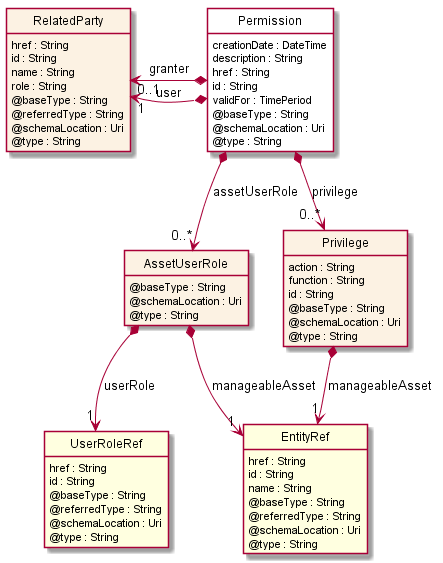
Before: apis/TMF672_User_Role_Permission/documentation/diagrams/Resource_Permission.png, a diagram exported from PlantUML (tmforum-apis/Open_Api_And_Data_Model). The source it was exported from:
```plantuml
@startuml
hide circle
hide methods
hide stereotype
show <<Enumeration>> stereotype
skinparam class {
   BackgroundColor<<Enumeration>> #E6F5F7
   BackgroundColor<<Ref>> #FFFFE0
   BackgroundColor<<Pivot>> #FFFFFFF
   BackgroundColor #FCF2E3
}

class Permission  <<Pivot>> {
    creationDate : DateTime
    description : String
    href : String
    id : String
    validFor : TimePeriod
    @baseType : String
    @schemaLocation : Uri
    @type : String
}

class AssetUserRole  {
    @baseType : String
    @schemaLocation : Uri
    @type : String
}

class EntityRef  <<Ref>> {
    href : String
    id : String
    name : String
    @baseType : String
    @referredType : String
    @schemaLocation : Uri
    @type : String
}

class UserRoleRef  <<Ref>> {
    href : String
    id : String
    @baseType : String
    @referredType : String
    @schemaLocation : Uri
    @type : String
}

class Privilege  {
    action : String
    function : String
    id : String
    @baseType : String
    @schemaLocation : Uri
    @type : String
}

class RelatedParty  {
    href : String
    id : String
    name : String
    role : String
    @baseType : String
    @referredType : String
    @schemaLocation : Uri
    @type : String
}

Permission *-->  "0..*" Privilege : privilege

Permission *-->  "0..*" AssetUserRole : assetUserRole

AssetUserRole *-->  "1" EntityRef : manageableAsset

Privilege *-->  "1" EntityRef : manageableAsset

RelatedParty "0..1" <-left-* Permission : granter

RelatedParty "1" <-left-* Permission : user

AssetUserRole *-->  "1" UserRoleRef : userRole

@enduml
```
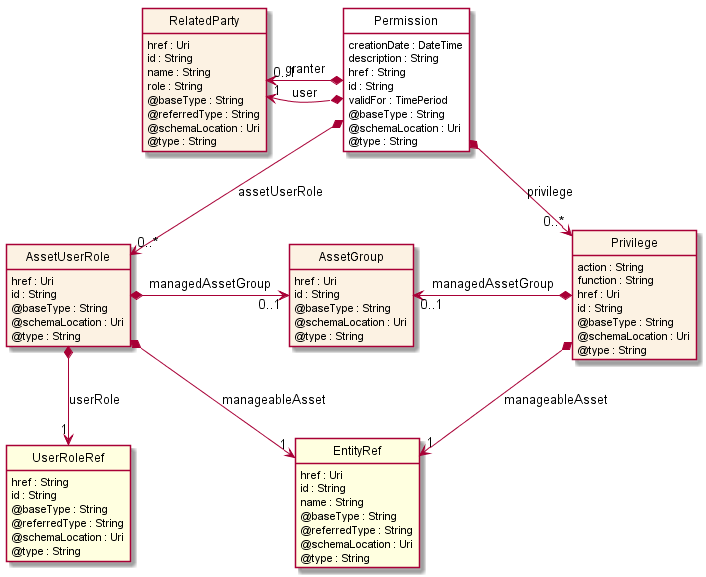
After the change.

The edit, as a diff of the source:
```diff
@@ -22,13 +22,23 @@
 }
 
 class AssetUserRole  {
+    href : Uri
+    id : String
+    @baseType : String
+    @schemaLocation : Uri
+    @type : String
+}
+
+class AssetGroup  {
+    href : Uri
+    id : String
     @baseType : String
     @schemaLocation : Uri
     @type : String
 }
 
 class EntityRef  <<Ref>> {
-    href : String
+    href : Uri
     id : String
     name : String
     @baseType : String
@@ -49,6 +59,7 @@
 class Privilege  {
     action : String
     function : String
+    href : Uri
     id : String
     @baseType : String
     @schemaLocation : Uri
@@ -56,7 +67,7 @@
 }
 
 class RelatedParty  {
-    href : String
+    href : Uri
     id : String
     name : String
     role : String
@@ -70,13 +81,17 @@
 
 Permission *-->  "0..*" AssetUserRole : assetUserRole
 
+AssetUserRole *-right-> "0..1" AssetGroup : managedAssetGroup
+
+AssetGroup "0..1" <-left-* Privilege : managedAssetGroup
+
 AssetUserRole *-->  "1" EntityRef : manageableAsset
 
 Privilege *-->  "1" EntityRef : manageableAsset
 
+RelatedParty "1" <-left-* Permission : user
+
 RelatedParty "0..1" <-left-* Permission : granter
-
-RelatedParty "1" <-left-* Permission : user
 
 AssetUserRole *-->  "1" UserRoleRef : userRole
 
```
